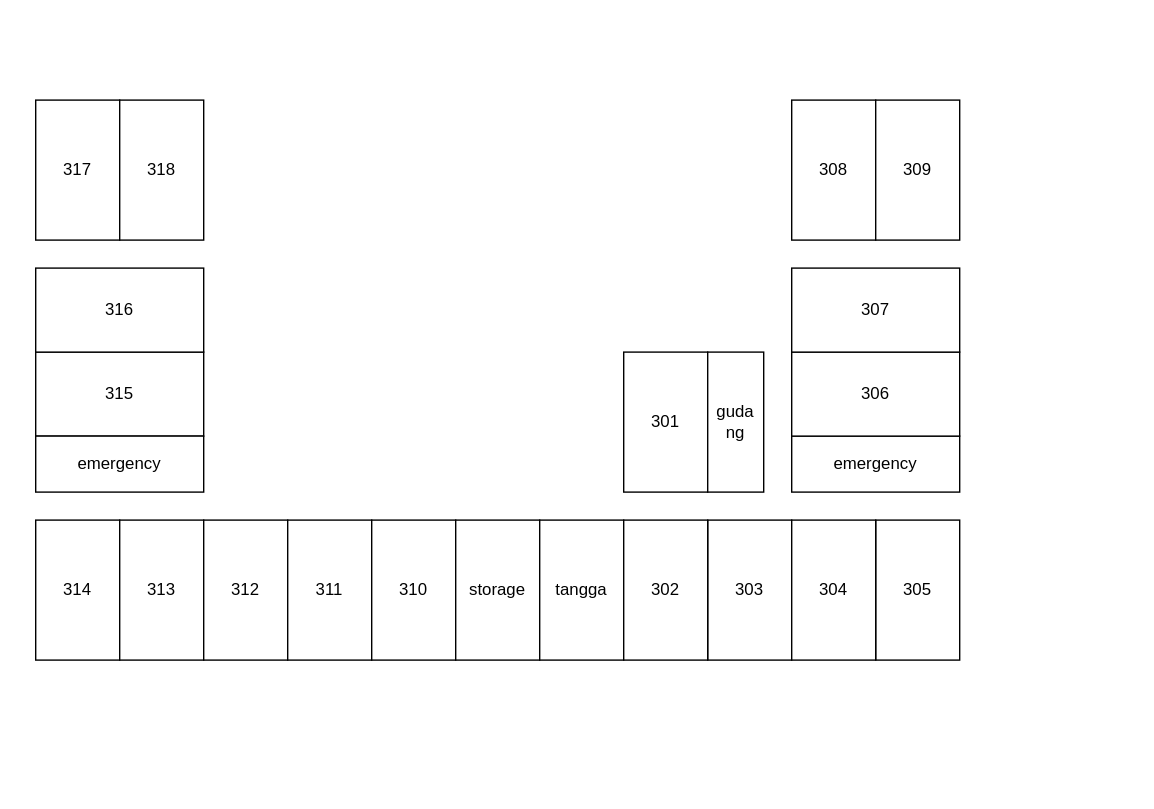
This is page "lt3" (3 of 4) of Griya Mandiri Tanjung.drawio from hnkzf/topologi-site, a draw.io file, before an edit. Source tidied: cells renumbered, new cells numbered last; positions are measured from the earlier drawing's top-left corner, leaving out a move shared by most shapes. Both pictures are drawn from the tidied source at 140%, with x=0, y=0 at pixel (35, 99).
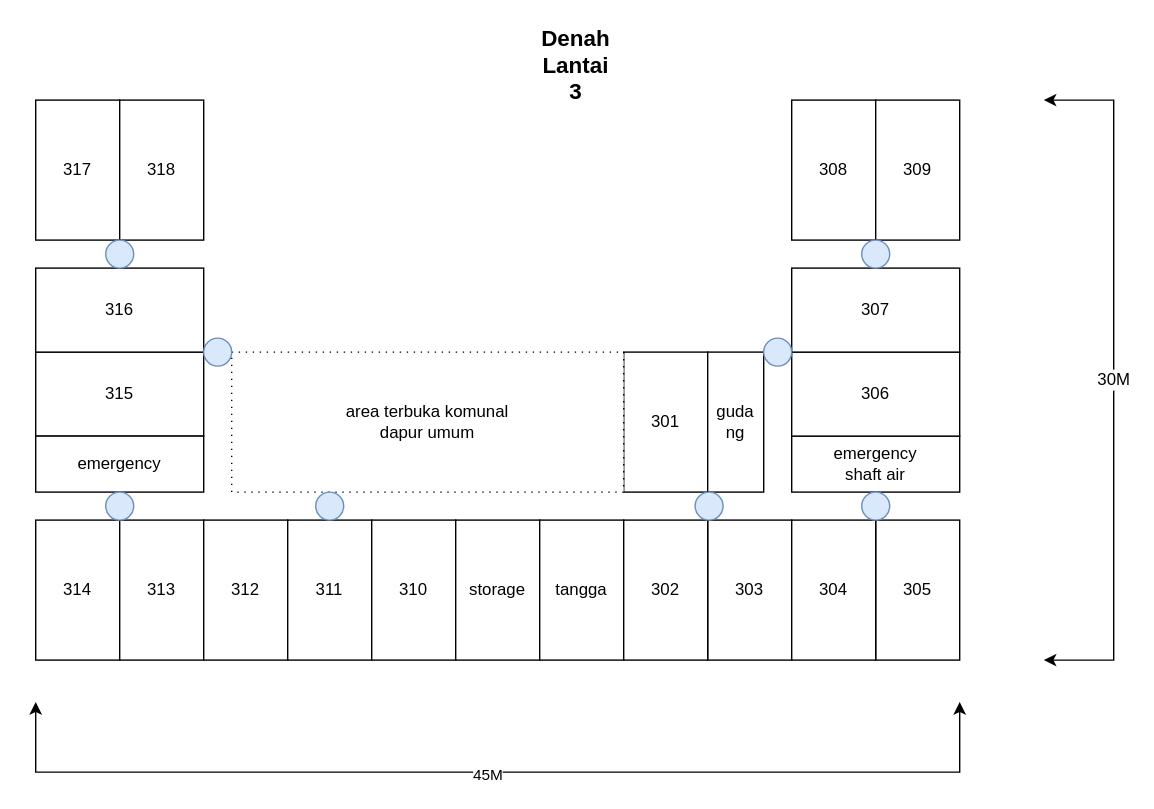
Above is the later version.

What changed in the source:
```diff
@@
-    <mxCell id="20" value="emergency" style="rounded=0;whiteSpace=wrap;html=1;shadow=0;" parent="1" vertex="1">
+    <mxCell id="20" value="emergency&lt;div&gt;shaft air&lt;/div&gt;" style="rounded=0;whiteSpace=wrap;html=1;shadow=0;" parent="1" vertex="1">
       <mxGeometry x="540" y="240" width="120" height="40" as="geometry" />
     </mxCell>
@@
+    <mxCell id="25" style="endArrow=classic;startArrow=classic;html=1;rounded=0;" parent="1" edge="1">
+      <mxGeometry relative="1" as="geometry">
+        <mxPoint y="430" as="sourcePoint" />
+        <mxPoint x="660" y="430" as="targetPoint" />
+        <Array as="points">
+          <mxPoint y="480" />
+          <mxPoint x="660" y="480" />
+        </Array>
+      </mxGeometry>
+    </mxCell>
+    <mxCell id="26" value="45M" style="edgeLabel;html=1;align=center;verticalAlign=middle;" parent="25" vertex="1">
+      <mxGeometry x="-0.02" y="-1" relative="1" as="geometry" />
+    </mxCell>
+    <mxCell id="27" value="area terbuka komunal&lt;div&gt;dapur umum&lt;/div&gt;" style="rounded=0;whiteSpace=wrap;html=1;strokeColor=default;dashed=1;dashPattern=1 4;" parent="1" vertex="1">
+      <mxGeometry x="140" y="180" width="280" height="100" as="geometry" />
+    </mxCell>
+    <mxCell id="28" value="30M" style="endArrow=classic;startArrow=classic;html=1;rounded=0;fontFamily=Helvetica;fontSize=12;fontColor=default;" parent="1" edge="1">
+      <mxGeometry relative="1" as="geometry">
+        <mxPoint x="720" y="400" as="sourcePoint" />
+        <mxPoint x="720" as="targetPoint" />
+        <Array as="points">
+          <mxPoint x="770" y="400" />
+          <mxPoint x="770" />
+        </Array>
+      </mxGeometry>
+    </mxCell>
+    <mxCell id="29" style="ellipse;whiteSpace=wrap;html=1;rounded=0;strokeColor=#6c8ebf;align=center;verticalAlign=middle;fontFamily=Helvetica;fontSize=12;fillColor=#dae8fc;" parent="1" vertex="1">
+      <mxGeometry x="471" y="280" width="20" height="20" as="geometry" />
+    </mxCell>
+    <mxCell id="30" style="ellipse;whiteSpace=wrap;html=1;rounded=0;strokeColor=#6c8ebf;align=center;verticalAlign=middle;fontFamily=Helvetica;fontSize=12;fillColor=#dae8fc;" parent="1" vertex="1">
+      <mxGeometry x="590" y="280" width="20" height="20" as="geometry" />
+    </mxCell>
+    <mxCell id="31" style="ellipse;whiteSpace=wrap;html=1;rounded=0;strokeColor=#6c8ebf;align=center;verticalAlign=middle;fontFamily=Helvetica;fontSize=12;fillColor=#dae8fc;" parent="1" vertex="1">
+      <mxGeometry x="520" y="170" width="20" height="20" as="geometry" />
+    </mxCell>
+    <mxCell id="32" style="ellipse;whiteSpace=wrap;html=1;rounded=0;strokeColor=#6c8ebf;align=center;verticalAlign=middle;fontFamily=Helvetica;fontSize=12;fillColor=#dae8fc;" parent="1" vertex="1">
+      <mxGeometry x="590" y="100" width="20" height="20" as="geometry" />
+    </mxCell>
+    <mxCell id="33" style="ellipse;whiteSpace=wrap;html=1;rounded=0;strokeColor=#6c8ebf;align=center;verticalAlign=middle;fontFamily=Helvetica;fontSize=12;fillColor=#dae8fc;" parent="1" vertex="1">
+      <mxGeometry x="50" y="280" width="20" height="20" as="geometry" />
+    </mxCell>
+    <mxCell id="34" style="ellipse;whiteSpace=wrap;html=1;rounded=0;strokeColor=#6c8ebf;align=center;verticalAlign=middle;fontFamily=Helvetica;fontSize=12;fillColor=#dae8fc;" parent="1" vertex="1">
+      <mxGeometry x="200" y="280" width="20" height="20" as="geometry" />
+    </mxCell>
+    <mxCell id="35" style="ellipse;whiteSpace=wrap;html=1;rounded=0;strokeColor=#6c8ebf;align=center;verticalAlign=middle;fontFamily=Helvetica;fontSize=12;fillColor=#dae8fc;" parent="1" vertex="1">
+      <mxGeometry x="120" y="170" width="20" height="20" as="geometry" />
+    </mxCell>
+    <mxCell id="36" style="ellipse;whiteSpace=wrap;html=1;rounded=0;strokeColor=#6c8ebf;align=center;verticalAlign=middle;fontFamily=Helvetica;fontSize=12;fillColor=#dae8fc;" parent="1" vertex="1">
+      <mxGeometry x="50" y="100" width="20" height="20" as="geometry" />
+    </mxCell>
+    <mxCell id="37" value="Denah Lantai 3" style="text;html=1;align=center;verticalAlign=middle;whiteSpace=wrap;rounded=0;fontFamily=Helvetica;fontSize=16;fontColor=default;fontStyle=1;" parent="1" vertex="1">
+      <mxGeometry x="356" y="-40" width="60" height="30" as="geometry" />
+    </mxCell>
```
